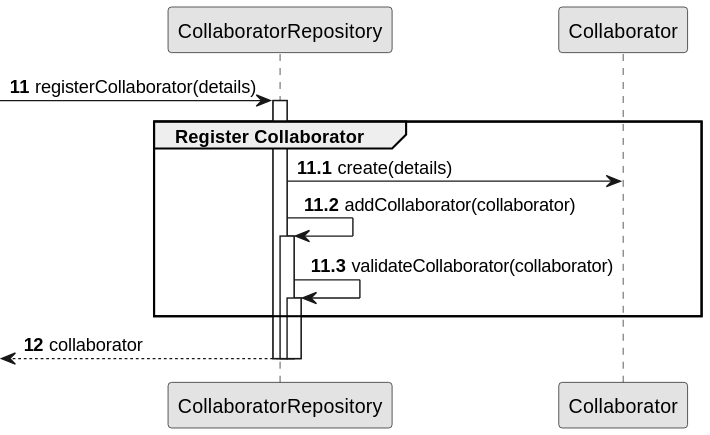
This is docs/sprintB/us003/03.design/svg/us003-sequence-diagram-partial-register-collaborator.svg from diogoveirospro/lei-24-s2-1dg-g072, a PlantUML export, as it was before one commit. Source of this version:
```plantuml
@startuml
skinparam monochrome true
skinparam packageStyle rectangle
skinparam shadowing false

participant CollaboratorRepository
participant Collaborator

autonumber 11
-> CollaboratorRepository: registerCollaborator(details)

autonumber 11.1
activate CollaboratorRepository
    group Register Collaborator
        CollaboratorRepository -> Collaborator: create(details)
        CollaboratorRepository -> CollaboratorRepository: addCollaborator(collaborator)
        activate CollaboratorRepository
            CollaboratorRepository -> CollaboratorRepository: validateCollaborator(collaborator)
                activate CollaboratorRepository
    end


autonumber 12
<-- CollaboratorRepository: collaborator
deactivate CollaboratorRepository
deactivate CollaboratorRepository
deactivate CollaboratorRepository
@enduml
```
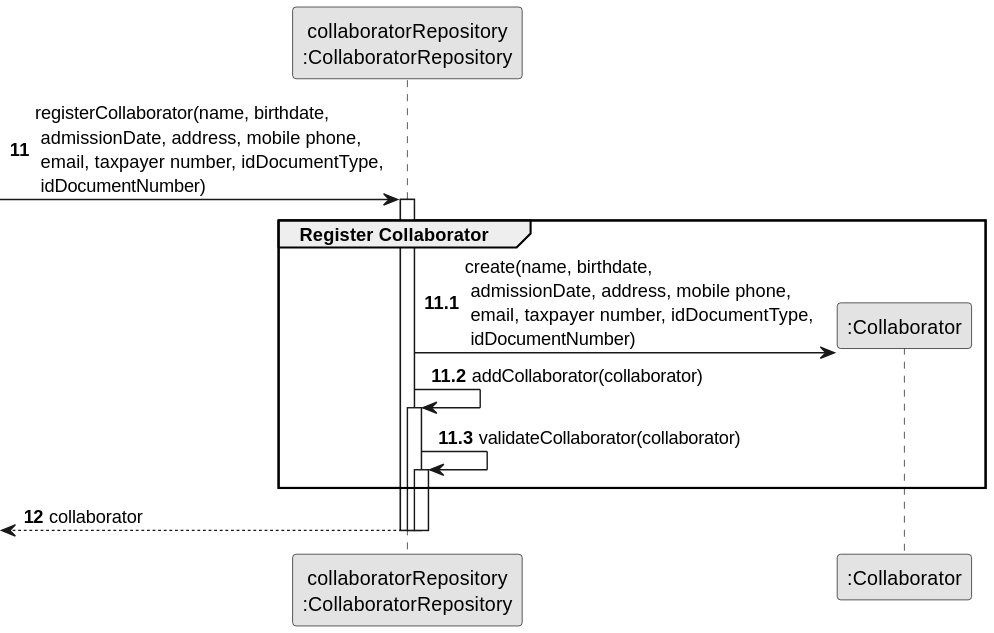
The same diagram one commit later.

The edit, as a diff of the source:
```diff
@@ -3,26 +3,26 @@
 skinparam packageStyle rectangle
 skinparam shadowing false
 
-participant CollaboratorRepository
-participant Collaborator
+participant "collaboratorRepository\n:CollaboratorRepository" as collaboratorRepository
+participant ":Collaborator" as Collaborator
 
 autonumber 11
--> CollaboratorRepository: registerCollaborator(details)
+-> collaboratorRepository: registerCollaborator(name, birthdate,\n admissionDate, address, mobile phone,\n email, taxpayer number, idDocumentType,\n idDocumentNumber)
 
 autonumber 11.1
-activate CollaboratorRepository
+activate collaboratorRepository
     group Register Collaborator
-        CollaboratorRepository -> Collaborator: create(details)
-        CollaboratorRepository -> CollaboratorRepository: addCollaborator(collaborator)
-        activate CollaboratorRepository
-            CollaboratorRepository -> CollaboratorRepository: validateCollaborator(collaborator)
-                activate CollaboratorRepository
+        collaboratorRepository -> Collaborator** : create(name, birthdate,\n admissionDate, address, mobile phone,\n email, taxpayer number, idDocumentType,\n idDocumentNumber)
+        collaboratorRepository -> collaboratorRepository: addCollaborator(collaborator)
+        activate collaboratorRepository
+            collaboratorRepository -> collaboratorRepository: validateCollaborator(collaborator)
+                activate collaboratorRepository
     end
 
 
 autonumber 12
-<-- CollaboratorRepository: collaborator
-deactivate CollaboratorRepository
-deactivate CollaboratorRepository
-deactivate CollaboratorRepository
+<-- collaboratorRepository: collaborator
+deactivate collaboratorRepository
+deactivate collaboratorRepository
+deactivate collaboratorRepository
 @enduml
```
